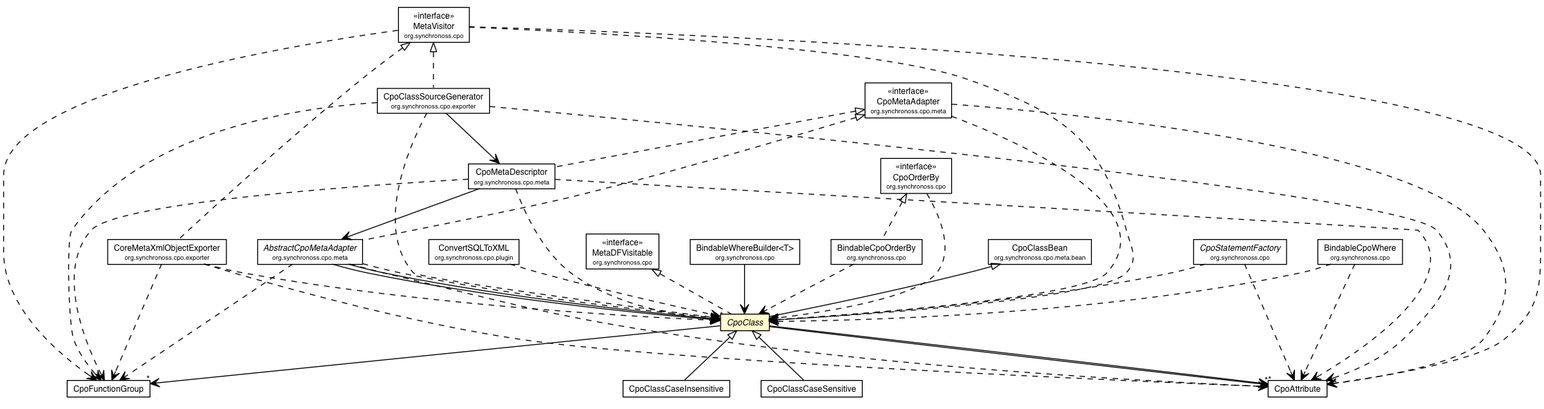
Before: site/apidocs/org/synchronoss/cpo/meta/domain/CpoClass.png, a diagram exported from Graphviz (synchronoss/cpo-api). Its source is kept beside it as site/apidocs/org/synchronoss/cpo/meta/domain/CpoClass.dot.
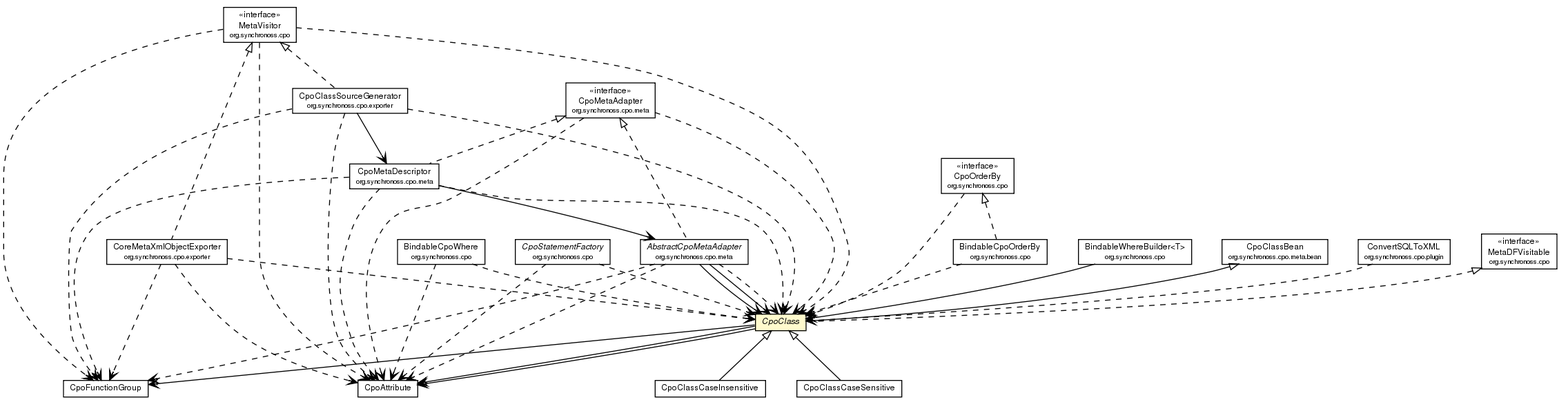
Above is the later version.

What changed in the source:
```diff
@@ -4,3 +4,29 @@
 	node [fontname="Helvetica",fontsize=10,shape=plaintext];
-	c20450 [label=<<table border="0" cellborder="1" cellspacing="0" cellpadding="2" port="p" href="../../MetaVisitor.html">
+	c19806 [label=<<table border="0" cellborder="1" cellspacing="0" cellpadding="2" port="p" href="../../MetaDFVisitable.html">
+		<tr><td><table border="0" cellspacing="0" cellpadding="1">
+			<tr><td> &laquo;interface&raquo; </td></tr>
+			<tr><td> MetaDFVisitable </td></tr>
+			<tr><td><font point-size="7.0"> org.synchronoss.cpo </font></td></tr>
+		</table></td></tr>
+		</table>>, fontname="Helvetica", fontcolor="black", fontsize=9.0];
+	c19810 [label=<<table border="0" cellborder="1" cellspacing="0" cellpadding="2" port="p" href="../../CpoOrderBy.html">
+		<tr><td><table border="0" cellspacing="0" cellpadding="1">
+			<tr><td> &laquo;interface&raquo; </td></tr>
+			<tr><td> CpoOrderBy </td></tr>
+			<tr><td><font point-size="7.0"> org.synchronoss.cpo </font></td></tr>
+		</table></td></tr>
+		</table>>, fontname="Helvetica", fontcolor="black", fontsize=9.0];
+	c19820 [label=<<table border="0" cellborder="1" cellspacing="0" cellpadding="2" port="p" href="../../BindableCpoWhere.html">
+		<tr><td><table border="0" cellspacing="0" cellpadding="1">
+			<tr><td> BindableCpoWhere </td></tr>
+			<tr><td><font point-size="7.0"> org.synchronoss.cpo </font></td></tr>
+		</table></td></tr>
+		</table>>, fontname="Helvetica", fontcolor="black", fontsize=9.0];
+	c19824 [label=<<table border="0" cellborder="1" cellspacing="0" cellpadding="2" port="p" href="../../BindableWhereBuilder.html">
+		<tr><td><table border="0" cellspacing="0" cellpadding="1">
+			<tr><td> BindableWhereBuilder&lt;T&gt; </td></tr>
+			<tr><td><font point-size="7.0"> org.synchronoss.cpo </font></td></tr>
+		</table></td></tr>
+		</table>>, fontname="Helvetica", fontcolor="black", fontsize=9.0];
+	c19825 [label=<<table border="0" cellborder="1" cellspacing="0" cellpadding="2" port="p" href="../../MetaVisitor.html">
 		<tr><td><table border="0" cellspacing="0" cellpadding="1">
@@ -11,6 +37,5 @@
 		</table>>, fontname="Helvetica", fontcolor="black", fontsize=9.0];
-	c20451 [label=<<table border="0" cellborder="1" cellspacing="0" cellpadding="2" port="p" href="../../MetaDFVisitable.html">
+	c19829 [label=<<table border="0" cellborder="1" cellspacing="0" cellpadding="2" port="p" href="../../BindableCpoOrderBy.html">
 		<tr><td><table border="0" cellspacing="0" cellpadding="1">
-			<tr><td> &laquo;interface&raquo; </td></tr>
-			<tr><td> MetaDFVisitable </td></tr>
+			<tr><td> BindableCpoOrderBy </td></tr>
 			<tr><td><font point-size="7.0"> org.synchronoss.cpo </font></td></tr>
@@ -18,3 +43,3 @@
 		</table>>, fontname="Helvetica", fontcolor="black", fontsize=9.0];
-	c20456 [label=<<table border="0" cellborder="1" cellspacing="0" cellpadding="2" port="p" href="../../CpoStatementFactory.html">
+	c19830 [label=<<table border="0" cellborder="1" cellspacing="0" cellpadding="2" port="p" href="../../CpoStatementFactory.html">
 		<tr><td><table border="0" cellspacing="0" cellpadding="1">
@@ -24,28 +49,3 @@
 		</table>>, fontname="Helvetica", fontcolor="black", fontsize=9.0];
-	c20459 [label=<<table border="0" cellborder="1" cellspacing="0" cellpadding="2" port="p" href="../../CpoOrderBy.html">
-		<tr><td><table border="0" cellspacing="0" cellpadding="1">
-			<tr><td> &laquo;interface&raquo; </td></tr>
-			<tr><td> CpoOrderBy </td></tr>
-			<tr><td><font point-size="7.0"> org.synchronoss.cpo </font></td></tr>
-		</table></td></tr>
-		</table>>, fontname="Helvetica", fontcolor="black", fontsize=9.0];
-	c20472 [label=<<table border="0" cellborder="1" cellspacing="0" cellpadding="2" port="p" href="../../BindableWhereBuilder.html">
-		<tr><td><table border="0" cellspacing="0" cellpadding="1">
-			<tr><td> BindableWhereBuilder&lt;T&gt; </td></tr>
-			<tr><td><font point-size="7.0"> org.synchronoss.cpo </font></td></tr>
-		</table></td></tr>
-		</table>>, fontname="Helvetica", fontcolor="black", fontsize=9.0];
-	c20473 [label=<<table border="0" cellborder="1" cellspacing="0" cellpadding="2" port="p" href="../../BindableCpoWhere.html">
-		<tr><td><table border="0" cellspacing="0" cellpadding="1">
-			<tr><td> BindableCpoWhere </td></tr>
-			<tr><td><font point-size="7.0"> org.synchronoss.cpo </font></td></tr>
-		</table></td></tr>
-		</table>>, fontname="Helvetica", fontcolor="black", fontsize=9.0];
-	c20474 [label=<<table border="0" cellborder="1" cellspacing="0" cellpadding="2" port="p" href="../../BindableCpoOrderBy.html">
-		<tr><td><table border="0" cellspacing="0" cellpadding="1">
-			<tr><td> BindableCpoOrderBy </td></tr>
-			<tr><td><font point-size="7.0"> org.synchronoss.cpo </font></td></tr>
-		</table></td></tr>
-		</table>>, fontname="Helvetica", fontcolor="black", fontsize=9.0];
-	c20482 [label=<<table border="0" cellborder="1" cellspacing="0" cellpadding="2" port="p" href="../../exporter/CpoClassSourceGenerator.html">
+	c19831 [label=<<table border="0" cellborder="1" cellspacing="0" cellpadding="2" port="p" href="../../exporter/CpoClassSourceGenerator.html">
 		<tr><td><table border="0" cellspacing="0" cellpadding="1">
@@ -55,3 +55,3 @@
 		</table>>, fontname="Helvetica", fontcolor="black", fontsize=9.0];
-	c20483 [label=<<table border="0" cellborder="1" cellspacing="0" cellpadding="2" port="p" href="../../exporter/CoreMetaXmlObjectExporter.html">
+	c19833 [label=<<table border="0" cellborder="1" cellspacing="0" cellpadding="2" port="p" href="../../exporter/CoreMetaXmlObjectExporter.html">
 		<tr><td><table border="0" cellspacing="0" cellpadding="1">
@@ -61,9 +61,3 @@
 		</table>>, fontname="Helvetica", fontcolor="black", fontsize=9.0];
-	c20493 [label=<<table border="0" cellborder="1" cellspacing="0" cellpadding="2" port="p" href="../CpoMetaDescriptor.html">
-		<tr><td><table border="0" cellspacing="0" cellpadding="1">
-			<tr><td> CpoMetaDescriptor </td></tr>
-			<tr><td><font point-size="7.0"> org.synchronoss.cpo.meta </font></td></tr>
-		</table></td></tr>
-		</table>>, fontname="Helvetica", fontcolor="black", fontsize=9.0];
-	c20494 [label=<<table border="0" cellborder="1" cellspacing="0" cellpadding="2" port="p" href="../CpoMetaAdapter.html">
+	c19838 [label=<<table border="0" cellborder="1" cellspacing="0" cellpadding="2" port="p" href="../CpoMetaAdapter.html">
 		<tr><td><table border="0" cellspacing="0" cellpadding="1">
@@ -74,3 +68,3 @@
 		</table>>, fontname="Helvetica", fontcolor="black", fontsize=9.0];
-	c20495 [label=<<table border="0" cellborder="1" cellspacing="0" cellpadding="2" port="p" href="../AbstractCpoMetaAdapter.html">
+	c19842 [label=<<table border="0" cellborder="1" cellspacing="0" cellpadding="2" port="p" href="../AbstractCpoMetaAdapter.html">
 		<tr><td><table border="0" cellspacing="0" cellpadding="1">
@@ -80,3 +74,9 @@
 		</table>>, fontname="Helvetica", fontcolor="black", fontsize=9.0];
-	c20499 [label=<<table border="0" cellborder="1" cellspacing="0" cellpadding="2" port="p" href="../bean/CpoClassBean.html">
+	c19843 [label=<<table border="0" cellborder="1" cellspacing="0" cellpadding="2" port="p" href="../CpoMetaDescriptor.html">
+		<tr><td><table border="0" cellspacing="0" cellpadding="1">
+			<tr><td> CpoMetaDescriptor </td></tr>
+			<tr><td><font point-size="7.0"> org.synchronoss.cpo.meta </font></td></tr>
+		</table></td></tr>
+		</table>>, fontname="Helvetica", fontcolor="black", fontsize=9.0];
+	c19849 [label=<<table border="0" cellborder="1" cellspacing="0" cellpadding="2" port="p" href="../bean/CpoClassBean.html">
 		<tr><td><table border="0" cellspacing="0" cellpadding="1">
@@ -86,3 +86,13 @@
 		</table>>, fontname="Helvetica", fontcolor="black", fontsize=9.0];
-	c20502 [label=<<table border="0" cellborder="1" cellspacing="0" cellpadding="2" port="p" href="./CpoFunctionGroup.html">
+	c19853 [label=<<table border="0" cellborder="1" cellspacing="0" cellpadding="2" port="p" href="./CpoAttribute.html">
+		<tr><td><table border="0" cellspacing="0" cellpadding="1">
+			<tr><td> CpoAttribute </td></tr>
+		</table></td></tr>
+		</table>>, fontname="Helvetica", fontcolor="black", fontsize=9.0];
+	c19855 [label=<<table border="0" cellborder="1" cellspacing="0" cellpadding="2" port="p" href="./CpoClassCaseInsensitive.html">
+		<tr><td><table border="0" cellspacing="0" cellpadding="1">
+			<tr><td> CpoClassCaseInsensitive </td></tr>
+		</table></td></tr>
+		</table>>, fontname="Helvetica", fontcolor="black", fontsize=9.0];
+	c19856 [label=<<table border="0" cellborder="1" cellspacing="0" cellpadding="2" port="p" href="./CpoFunctionGroup.html">
 		<tr><td><table border="0" cellspacing="0" cellpadding="1">
@@ -91,3 +101,8 @@
 		</table>>, fontname="Helvetica", fontcolor="black", fontsize=9.0];
-	c20504 [label=<<table border="0" cellborder="1" cellspacing="0" cellpadding="2" port="p" href="./CpoClassCaseSensitive.html">
+	c19857 [label=<<table border="0" cellborder="1" cellspacing="0" cellpadding="2" port="p" bgcolor="lemonChiffon" href="./CpoClass.html">
+		<tr><td><table border="0" cellspacing="0" cellpadding="1">
+			<tr><td><font face="Helvetica-Oblique"> CpoClass </font></td></tr>
+		</table></td></tr>
+		</table>>, fontname="Helvetica", fontcolor="black", fontsize=9.0];
+	c19858 [label=<<table border="0" cellborder="1" cellspacing="0" cellpadding="2" port="p" href="./CpoClassCaseSensitive.html">
 		<tr><td><table border="0" cellspacing="0" cellpadding="1">
@@ -96,18 +111,3 @@
 		</table>>, fontname="Helvetica", fontcolor="black", fontsize=9.0];
-	c20505 [label=<<table border="0" cellborder="1" cellspacing="0" cellpadding="2" port="p" href="./CpoClassCaseInsensitive.html">
-		<tr><td><table border="0" cellspacing="0" cellpadding="1">
-			<tr><td> CpoClassCaseInsensitive </td></tr>
-		</table></td></tr>
-		</table>>, fontname="Helvetica", fontcolor="black", fontsize=9.0];
-	c20506 [label=<<table border="0" cellborder="1" cellspacing="0" cellpadding="2" port="p" bgcolor="lemonChiffon" href="./CpoClass.html">
-		<tr><td><table border="0" cellspacing="0" cellpadding="1">
-			<tr><td><font face="Helvetica-Oblique"> CpoClass </font></td></tr>
-		</table></td></tr>
-		</table>>, fontname="Helvetica", fontcolor="black", fontsize=9.0];
-	c20507 [label=<<table border="0" cellborder="1" cellspacing="0" cellpadding="2" port="p" href="./CpoAttribute.html">
-		<tr><td><table border="0" cellspacing="0" cellpadding="1">
-			<tr><td> CpoAttribute </td></tr>
-		</table></td></tr>
-		</table>>, fontname="Helvetica", fontcolor="black", fontsize=9.0];
-	c20661 [label=<<table border="0" cellborder="1" cellspacing="0" cellpadding="2" port="p" href="../../plugin/ConvertSQLToXML.html">
+	c20013 [label=<<table border="0" cellborder="1" cellspacing="0" cellpadding="2" port="p" href="../../plugin/ConvertSQLToXML.html">
 		<tr><td><table border="0" cellspacing="0" cellpadding="1">
@@ -117,43 +117,43 @@
 		</table>>, fontname="Helvetica", fontcolor="black", fontsize=9.0];
-	c20459:p -> c20474:p [dir=back,arrowtail=empty,style=dashed];
-	c20450:p -> c20482:p [dir=back,arrowtail=empty,style=dashed];
-	c20450:p -> c20483:p [dir=back,arrowtail=empty,style=dashed];
-	c20494:p -> c20493:p [dir=back,arrowtail=empty,style=dashed];
-	c20494:p -> c20495:p [dir=back,arrowtail=empty,style=dashed];
-	c20506:p -> c20504:p [dir=back,arrowtail=empty];
-	c20506:p -> c20505:p [dir=back,arrowtail=empty];
-	c20499:p -> c20506:p [dir=back,arrowtail=empty];
-	c20451:p -> c20506:p [dir=back,arrowtail=empty,style=dashed];
-	c20472:p -> c20506:p [taillabel="", label="", headlabel="", fontname="Helvetica", fontcolor="black", fontsize=10.0, color="black", arrowhead=open];
-	c20482:p -> c20493:p [taillabel="", label="", headlabel="", fontname="Helvetica", fontcolor="black", fontsize=10.0, color="black", arrowhead=open];
-	c20493:p -> c20495:p [taillabel="", label="", headlabel="", fontname="Helvetica", fontcolor="black", fontsize=10.0, color="black", arrowhead=open];
-	c20495:p -> c20506:p [taillabel="", label="", headlabel="*", fontname="Helvetica", fontcolor="black", fontsize=10.0, color="black", arrowhead=open];
-	c20495:p -> c20506:p [taillabel="", label="", headlabel="", fontname="Helvetica", fontcolor="black", fontsize=10.0, color="black", arrowhead=open];
-	c20506:p -> c20507:p [taillabel="", label="", headlabel="*", fontname="Helvetica", fontcolor="black", fontsize=10.0, color="black", arrowhead=open];
-	c20506:p -> c20507:p [taillabel="", label="", headlabel="*", fontname="Helvetica", fontcolor="black", fontsize=10.0, color="black", arrowhead=open];
-	c20506:p -> c20502:p [taillabel="", label="", headlabel="*", fontname="Helvetica", fontcolor="black", fontsize=10.0, color="black", arrowhead=open];
-	c20450:p -> c20502:p [taillabel="", label="", headlabel="", fontname="Helvetica", fontcolor="black", fontsize=10.0, color="black", arrowhead=open, style=dashed];
-	c20450:p -> c20506:p [taillabel="", label="", headlabel="", fontname="Helvetica", fontcolor="black", fontsize=10.0, color="black", arrowhead=open, style=dashed];
-	c20450:p -> c20507:p [taillabel="", label="", headlabel="", fontname="Helvetica", fontcolor="black", fontsize=10.0, color="black", arrowhead=open, style=dashed];
-	c20456:p -> c20506:p [taillabel="", label="", headlabel="", fontname="Helvetica", fontcolor="black", fontsize=10.0, color="black", arrowhead=open, style=dashed];
-	c20456:p -> c20507:p [taillabel="", label="", headlabel="", fontname="Helvetica", fontcolor="black", fontsize=10.0, color="black", arrowhead=open, style=dashed];
-	c20459:p -> c20506:p [taillabel="", label="", headlabel="", fontname="Helvetica", fontcolor="black", fontsize=10.0, color="black", arrowhead=open, style=dashed];
-	c20473:p -> c20506:p [taillabel="", label="", headlabel="", fontname="Helvetica", fontcolor="black", fontsize=10.0, color="black", arrowhead=open, style=dashed];
-	c20473:p -> c20507:p [taillabel="", label="", headlabel="", fontname="Helvetica", fontcolor="black", fontsize=10.0, color="black", arrowhead=open, style=dashed];
-	c20474:p -> c20506:p [taillabel="", label="", headlabel="", fontname="Helvetica", fontcolor="black", fontsize=10.0, color="black", arrowhead=open, style=dashed];
-	c20482:p -> c20502:p [taillabel="", label="", headlabel="", fontname="Helvetica", fontcolor="black", fontsize=10.0, color="black", arrowhead=open, style=dashed];
-	c20482:p -> c20506:p [taillabel="", label="", headlabel="", fontname="Helvetica", fontcolor="black", fontsize=10.0, color="black", arrowhead=open, style=dashed];
-	c20482:p -> c20507:p [taillabel="", label="", headlabel="", fontname="Helvetica", fontcolor="black", fontsize=10.0, color="black", arrowhead=open, style=dashed];
-	c20483:p -> c20502:p [taillabel="", label="", headlabel="", fontname="Helvetica", fontcolor="black", fontsize=10.0, color="black", arrowhead=open, style=dashed];
-	c20483:p -> c20506:p [taillabel="", label="", headlabel="", fontname="Helvetica", fontcolor="black", fontsize=10.0, color="black", arrowhead=open, style=dashed];
-	c20483:p -> c20507:p [taillabel="", label="", headlabel="", fontname="Helvetica", fontcolor="black", fontsize=10.0, color="black", arrowhead=open, style=dashed];
-	c20493:p -> c20502:p [taillabel="", label="", headlabel="", fontname="Helvetica", fontcolor="black", fontsize=10.0, color="black", arrowhead=open, style=dashed];
-	c20493:p -> c20506:p [taillabel="", label="", headlabel="", fontname="Helvetica", fontcolor="black", fontsize=10.0, color="black", arrowhead=open, style=dashed];
-	c20493:p -> c20507:p [taillabel="", label="", headlabel="", fontname="Helvetica", fontcolor="black", fontsize=10.0, color="black", arrowhead=open, style=dashed];
-	c20494:p -> c20506:p [taillabel="", label="", headlabel="", fontname="Helvetica", fontcolor="black", fontsize=10.0, color="black", arrowhead=open, style=dashed];
-	c20494:p -> c20507:p [taillabel="", label="", headlabel="", fontname="Helvetica", fontcolor="black", fontsize=10.0, color="black", arrowhead=open, style=dashed];
-	c20495:p -> c20502:p [taillabel="", label="", headlabel="", fontname="Helvetica", fontcolor="black", fontsize=10.0, color="black", arrowhead=open, style=dashed];
-	c20495:p -> c20506:p [taillabel="", label="", headlabel="", fontname="Helvetica", fontcolor="black", fontsize=10.0, color="black", arrowhead=open, style=dashed];
-	c20495:p -> c20507:p [taillabel="", label="", headlabel="", fontname="Helvetica", fontcolor="black", fontsize=10.0, color="black", arrowhead=open, style=dashed];
-	c20661:p -> c20506:p [taillabel="", label="", headlabel="", fontname="Helvetica", fontcolor="black", fontsize=10.0, color="black", arrowhead=open, style=dashed];
+	c19810:p -> c19829:p [dir=back,arrowtail=empty,style=dashed];
+	c19825:p -> c19831:p [dir=back,arrowtail=empty,style=dashed];
+	c19825:p -> c19833:p [dir=back,arrowtail=empty,style=dashed];
+	c19838:p -> c19842:p [dir=back,arrowtail=empty,style=dashed];
+	c19838:p -> c19843:p [dir=back,arrowtail=empty,style=dashed];
+	c19857:p -> c19855:p [dir=back,arrowtail=empty];
+	c19849:p -> c19857:p [dir=back,arrowtail=empty];
+	c19806:p -> c19857:p [dir=back,arrowtail=empty,style=dashed];
+	c19857:p -> c19858:p [dir=back,arrowtail=empty];
+	c19824:p -> c19857:p [taillabel="", label="", headlabel="", fontname="Helvetica", fontcolor="black", fontsize=10.0, color="black", arrowhead=open];
+	c19831:p -> c19843:p [taillabel="", label="", headlabel="", fontname="Helvetica", fontcolor="black", fontsize=10.0, color="black", arrowhead=open];
+	c19842:p -> c19857:p [taillabel="", label="", headlabel="*", fontname="Helvetica", fontcolor="black", fontsize=10.0, color="black", arrowhead=open];
+	c19842:p -> c19857:p [taillabel="", label="", headlabel="", fontname="Helvetica", fontcolor="black", fontsize=10.0, color="black", arrowhead=open];
+	c19843:p -> c19842:p [taillabel="", label="", headlabel="", fontname="Helvetica", fontcolor="black", fontsize=10.0, color="black", arrowhead=open];
+	c19857:p -> c19853:p [taillabel="", label="", headlabel="*", fontname="Helvetica", fontcolor="black", fontsize=10.0, color="black", arrowhead=open];
+	c19857:p -> c19853:p [taillabel="", label="", headlabel="*", fontname="Helvetica", fontcolor="black", fontsize=10.0, color="black", arrowhead=open];
+	c19857:p -> c19856:p [taillabel="", label="", headlabel="*", fontname="Helvetica", fontcolor="black", fontsize=10.0, color="black", arrowhead=open];
+	c19810:p -> c19857:p [taillabel="", label="", headlabel="", fontname="Helvetica", fontcolor="black", fontsize=10.0, color="black", arrowhead=open, style=dashed];
+	c19820:p -> c19857:p [taillabel="", label="", headlabel="", fontname="Helvetica", fontcolor="black", fontsize=10.0, color="black", arrowhead=open, style=dashed];
+	c19820:p -> c19853:p [taillabel="", label="", headlabel="", fontname="Helvetica", fontcolor="black", fontsize=10.0, color="black", arrowhead=open, style=dashed];
+	c19825:p -> c19857:p [taillabel="", label="", headlabel="", fontname="Helvetica", fontcolor="black", fontsize=10.0, color="black", arrowhead=open, style=dashed];
+	c19825:p -> c19853:p [taillabel="", label="", headlabel="", fontname="Helvetica", fontcolor="black", fontsize=10.0, color="black", arrowhead=open, style=dashed];
+	c19825:p -> c19856:p [taillabel="", label="", headlabel="", fontname="Helvetica", fontcolor="black", fontsize=10.0, color="black", arrowhead=open, style=dashed];
+	c19829:p -> c19857:p [taillabel="", label="", headlabel="", fontname="Helvetica", fontcolor="black", fontsize=10.0, color="black", arrowhead=open, style=dashed];
+	c19830:p -> c19857:p [taillabel="", label="", headlabel="", fontname="Helvetica", fontcolor="black", fontsize=10.0, color="black", arrowhead=open, style=dashed];
+	c19830:p -> c19853:p [taillabel="", label="", headlabel="", fontname="Helvetica", fontcolor="black", fontsize=10.0, color="black", arrowhead=open, style=dashed];
+	c19831:p -> c19857:p [taillabel="", label="", headlabel="", fontname="Helvetica", fontcolor="black", fontsize=10.0, color="black", arrowhead=open, style=dashed];
+	c19831:p -> c19853:p [taillabel="", label="", headlabel="", fontname="Helvetica", fontcolor="black", fontsize=10.0, color="black", arrowhead=open, style=dashed];
+	c19831:p -> c19856:p [taillabel="", label="", headlabel="", fontname="Helvetica", fontcolor="black", fontsize=10.0, color="black", arrowhead=open, style=dashed];
+	c19833:p -> c19857:p [taillabel="", label="", headlabel="", fontname="Helvetica", fontcolor="black", fontsize=10.0, color="black", arrowhead=open, style=dashed];
+	c19833:p -> c19853:p [taillabel="", label="", headlabel="", fontname="Helvetica", fontcolor="black", fontsize=10.0, color="black", arrowhead=open, style=dashed];
+	c19833:p -> c19856:p [taillabel="", label="", headlabel="", fontname="Helvetica", fontcolor="black", fontsize=10.0, color="black", arrowhead=open, style=dashed];
+	c19838:p -> c19857:p [taillabel="", label="", headlabel="", fontname="Helvetica", fontcolor="black", fontsize=10.0, color="black", arrowhead=open, style=dashed];
+	c19838:p -> c19853:p [taillabel="", label="", headlabel="", fontname="Helvetica", fontcolor="black", fontsize=10.0, color="black", arrowhead=open, style=dashed];
+	c19842:p -> c19857:p [taillabel="", label="", headlabel="", fontname="Helvetica", fontcolor="black", fontsize=10.0, color="black", arrowhead=open, style=dashed];
+	c19842:p -> c19853:p [taillabel="", label="", headlabel="", fontname="Helvetica", fontcolor="black", fontsize=10.0, color="black", arrowhead=open, style=dashed];
+	c19842:p -> c19856:p [taillabel="", label="", headlabel="", fontname="Helvetica", fontcolor="black", fontsize=10.0, color="black", arrowhead=open, style=dashed];
+	c19843:p -> c19853:p [taillabel="", label="", headlabel="", fontname="Helvetica", fontcolor="black", fontsize=10.0, color="black", arrowhead=open, style=dashed];
+	c19843:p -> c19856:p [taillabel="", label="", headlabel="", fontname="Helvetica", fontcolor="black", fontsize=10.0, color="black", arrowhead=open, style=dashed];
+	c19843:p -> c19857:p [taillabel="", label="", headlabel="", fontname="Helvetica", fontcolor="black", fontsize=10.0, color="black", arrowhead=open, style=dashed];
+	c20013:p -> c19857:p [taillabel="", label="", headlabel="", fontname="Helvetica", fontcolor="black", fontsize=10.0, color="black", arrowhead=open, style=dashed];
 }
```
